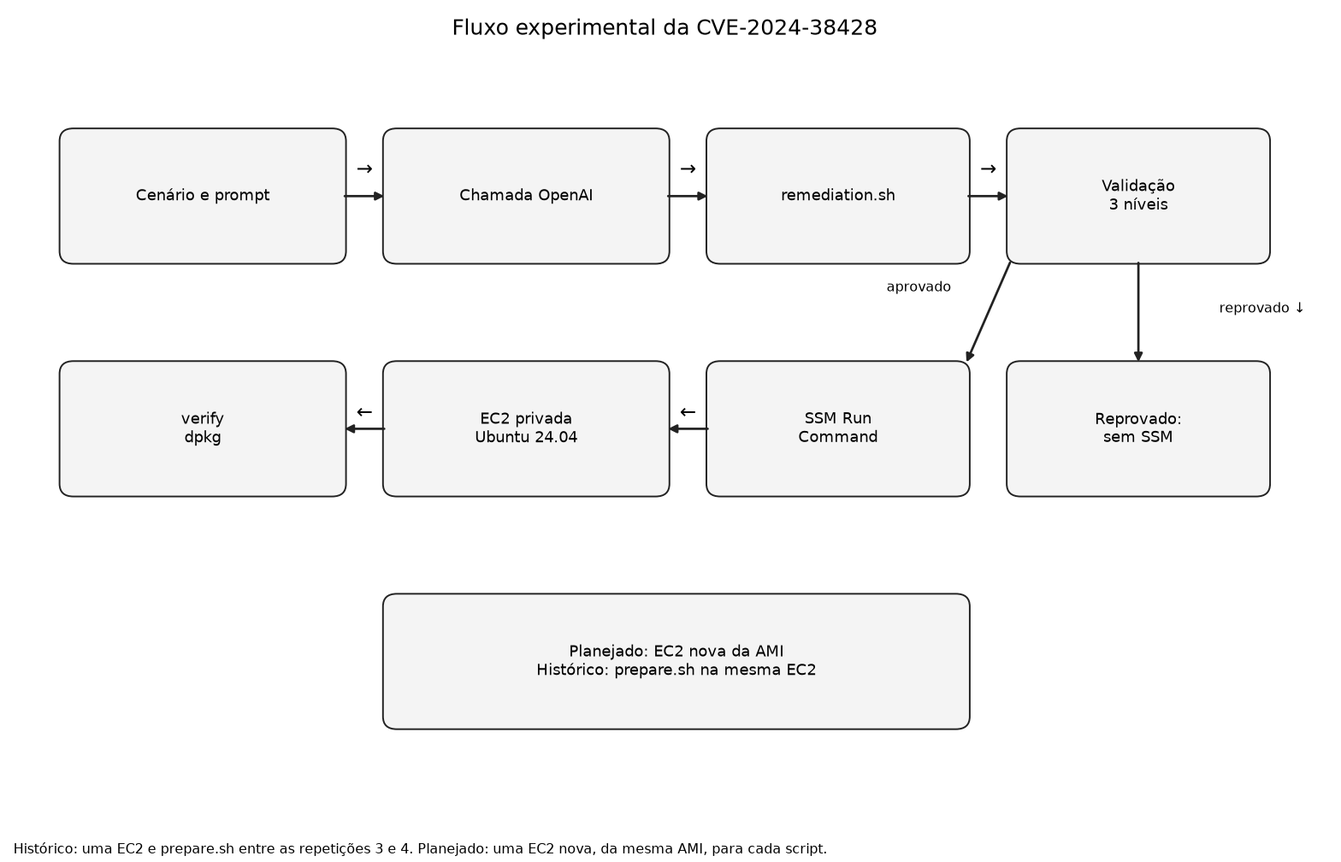
samorimth/project-automation-remediate keeps this Mermaid diagram as tcc-gpt-linux/docs/arquitetura/fluxo_experimental.png. Above is the earlier version. Its source is kept beside it as tcc-gpt-linux/docs/arquitetura/fluxo_experimental.mmd.
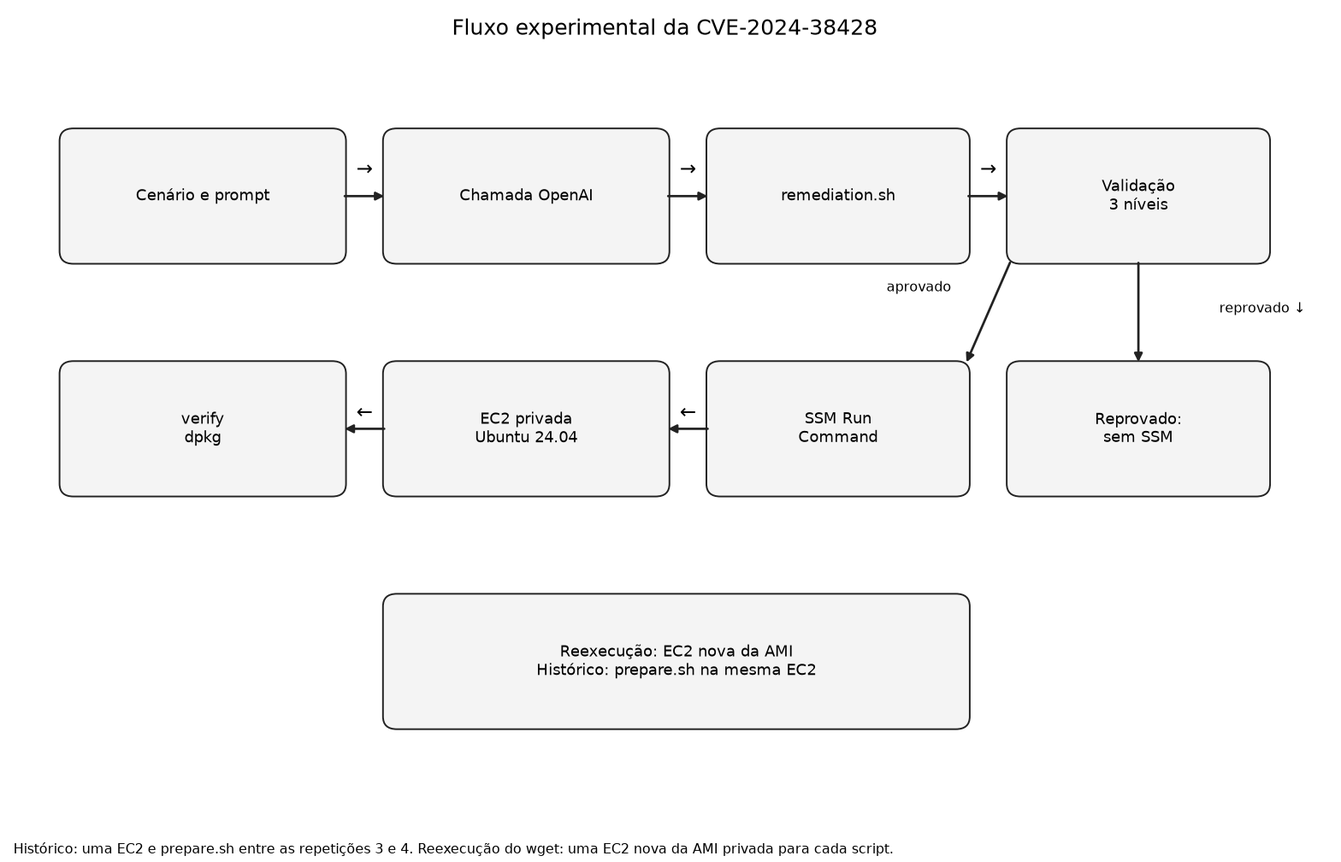
Above is the later version.

What changed in the source:
```diff
@@ -4,7 +4,7 @@
     prepare[prepare.sh --apply entre as repeticoes 3 e 4]
     mesmaEc2 --> prepare --> mesmaEc2
   end
-  subgraph planejado [Fluxo exigido daqui em diante]
+  subgraph usado [Usado na reexecucao do wget em 12/11/2026]
     ami[AMI privada de referencia]
     nova[EC2 nova para um unico script]
     antes[Verificacao before.json]
```
